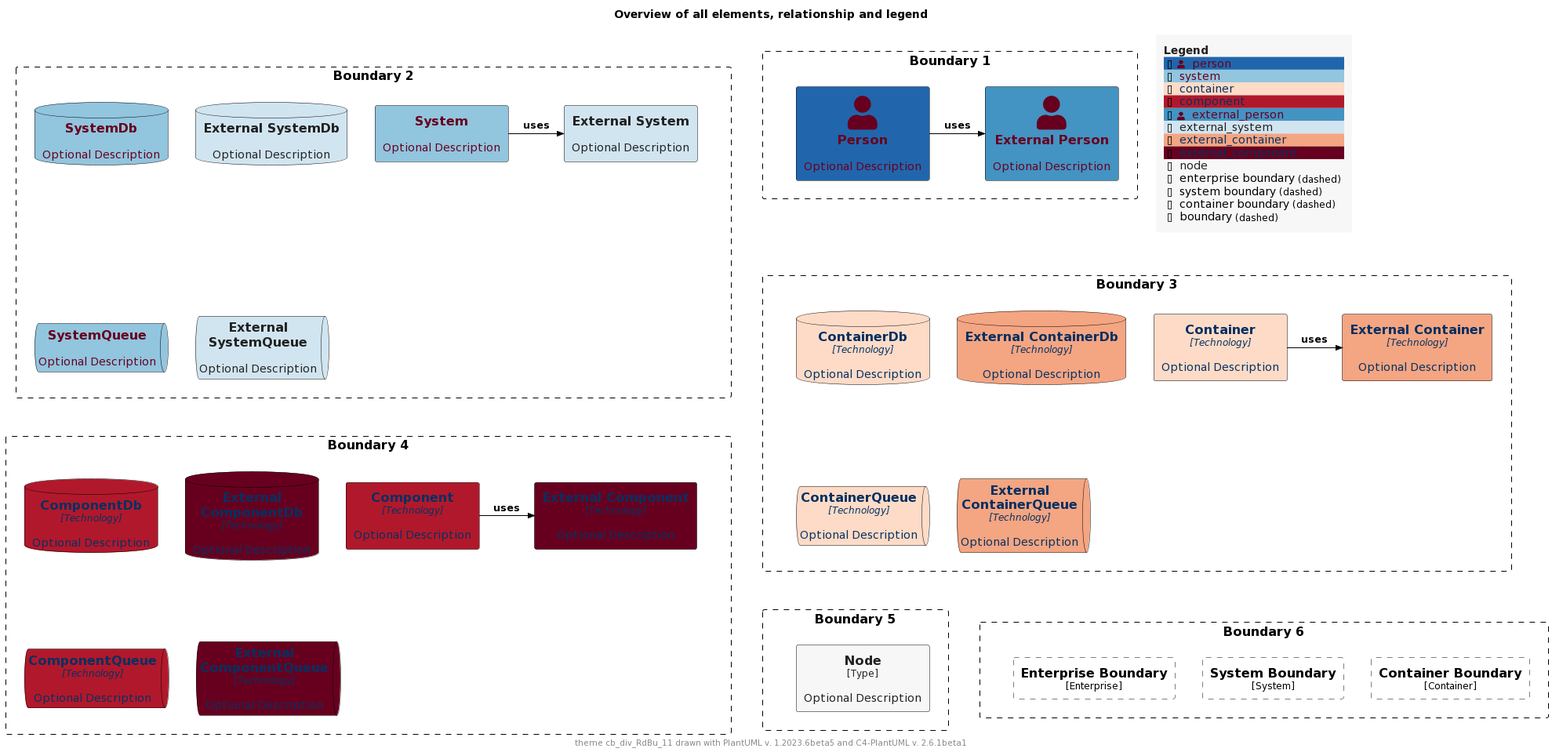
Above: palettes/puml-theme-cb_div_RdBu_11-example.png in mweagle/C4-PlantUML-Themes (PlantUML), before the change.
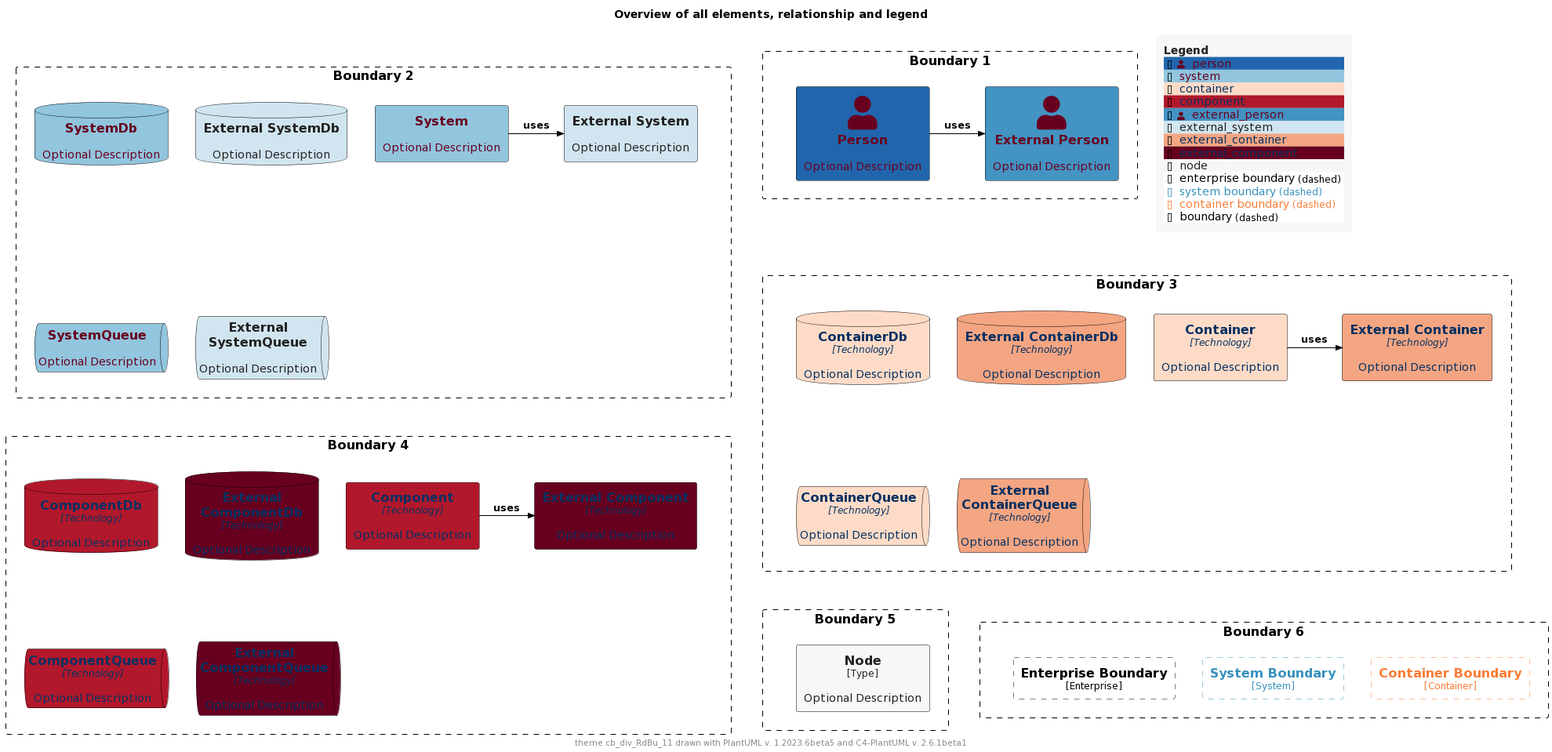
Above is the later version.

The edit, as a diff of the source:
```diff
@@ -1,4 +1,18 @@
 @startuml
+!$COLOR_TEXT_FALLBACK_COLOR ?= "#000000"
+!$COLOR_BORDER_COLOR="#000000"
+
+!$DEFAULT_NORMAL_FONT_SIZE ?= 12
+!$DEFAULT_SMALL_FONT_SIZE ?= 8
+
+!$STEREOTYPE_FONT_SIZE ?= $DEFAULT_NORMAL_FONT_SIZE
+!$TECHN_FONT_SIZE ?= $DEFAULT_NORMAL_FONT_SIZE
+!$ARROW_FONT_SIZE ?= $DEFAULT_NORMAL_FONT_SIZE
+
+!$BOUNDARY_COLOR ?= $COLOR_BORDER_COLOR
+!$BOUNDARY_BG_COLOR ?= "solid"
+!$BOUNDARY_BORDER_STYLE ?= "dashed"
+
 !$THEME = "cb_div_RdBu_11"
 
 !function $textcolor($bgColor)
@@ -26,27 +40,11 @@
 !$COLOR_INDEX_8="#4393C3"
 !$COLOR_INDEX_9="#2166AC"
 !$COLOR_INDEX_10="#053061"
-!$COLOR_BORDER_COLOR="#000000"
 
 !$COLOR_TEXT_LIGHT=$COLOR_INDEX_0
 !$COLOR_TEXT_DARK=$COLOR_INDEX_10
 !$COLOR_TEXT_NEUTRAL=$textcolor($COLOR_INDEX_5)
 !$COLOR_REL_COLOR=$textcolor($COLOR_INDEX_10)
-
-!$COLOR_TEXT_FALLBACK_COLOR ?= "#000000"
-
-!$STEREOTYPE_FONT_SIZE ?= 12
-!$TECHN_FONT_SIZE ?= 12
-
-!$ELEMENT_FONT_COLOR ?= $COLOR_TEXT_FALLBACK_COLOR
-
-!$ARROW_COLOR ?= $COLOR_TEXT_FALLBACK_COLOR
-!$ARROW_FONT_COLOR ?= $COLOR_TEXT_FALLBACK_COLOR
-!$ARROW_FONT_SIZE ?= 12
-
-!$BOUNDARY_COLOR ?= $COLOR_BORDER_COLOR
-!$BOUNDARY_BG_COLOR ?= "transparent"
-!$BOUNDARY_BORDER_STYLE ?= "dashed"
 
 !$PERSON_BG_COLOR ?= $COLOR_INDEX_9
 !$PERSON_FONT_COLOR ?= $textcolor($PERSON_BG_COLOR)
@@ -64,14 +62,6 @@
 !$EXTERNAL_SYSTEM_FONT_COLOR ?= $textcolor($EXTERNAL_SYSTEM_BG_COLOR)
 !$EXTERNAL_SYSTEM_BORDER_COLOR ?= $COLOR_BORDER_COLOR
 
-!$SYSTEM_BOUNDARY_COLOR ?= $BOUNDARY_COLOR
-!$SYSTEM_BOUNDARY_BG_COLOR ?= $BOUNDARY_BG_COLOR
-!$SYSTEM_BOUNDARY_BORDER_STYLE ?= $BOUNDARY_BORDER_STYLE
-
-!$ENTERPRISE_BOUNDARY_COLOR ?= $BOUNDARY_COLOR
-!$ENTERPRISE_BOUNDARY_BG_COLOR ?= $BOUNDARY_BG_COLOR
-!$ENTERPRISE_BOUNDARY_BORDER_STYLE ?= $BOUNDARY_BORDER_STYLE
-
 !$CONTAINER_BG_COLOR ?= $COLOR_INDEX_4
 !$CONTAINER_FONT_COLOR ?= $textcolor($CONTAINER_BG_COLOR)
 !$CONTAINER_BORDER_COLOR ?= $COLOR_BORDER_COLOR
@@ -79,10 +69,6 @@
 !$EXTERNAL_CONTAINER_BG_COLOR ?= $COLOR_INDEX_3
 !$EXTERNAL_CONTAINER_FONT_COLOR ?= $textcolor($EXTERNAL_CONTAINER_BG_COLOR)
 !$EXTERNAL_CONTAINER_BORDER_COLOR ?= $COLOR_BORDER_COLOR
-
-!$CONTAINER_BOUNDARY_COLOR ?= $BOUNDARY_COLOR
-!$CONTAINER_BOUNDARY_BG_COLOR ?= $BOUNDARY_BG_COLOR
-!$CONTAINER_BOUNDARY_BORDER_STYLE ?= $BOUNDARY_BORDER_STYLE
 
 !$COMPONENT_BG_COLOR ?= $COLOR_INDEX_1
 !$COMPONENT_FONT_COLOR ?= $textcolor($COMPONENT_BG_COLOR)
@@ -103,8 +89,28 @@
 !$LEGEND_DARK_COLOR ?= $COLOR_TEXT_DARK
 !$LEGEND_LIGHT_COLOR ?= $COLOR_TEXT_LIGHT
 
-!$LEGEND_DETAILS_SMALL_SIZE ?= 8
-!$LEGEND_DETAILS_NORMAL_SIZE ?= 12
+!$SKETCH_FONT_COLOR ?= $COLOR_INDEX_10
+!$SKETCH_WARNING_COLOR ?= $COLOR_INDEX_0
+
+!$ELEMENT_FONT_COLOR ?= $COLOR_TEXT_FALLBACK_COLOR
+
+!$ARROW_COLOR ?= $COLOR_TEXT_FALLBACK_COLOR
+!$ARROW_FONT_COLOR ?= $COLOR_TEXT_FALLBACK_COLOR
+
+!$SYSTEM_BOUNDARY_COLOR ?= %darken($SYSTEM_BG_COLOR, 33)
+!$SYSTEM_BOUNDARY_BG_COLOR ?= $BOUNDARY_BG_COLOR
+!$SYSTEM_BOUNDARY_BORDER_STYLE ?= $BOUNDARY_BORDER_STYLE
+
+!$ENTERPRISE_BOUNDARY_COLOR ?= $BOUNDARY_COLOR
+!$ENTERPRISE_BOUNDARY_BG_COLOR ?= $BOUNDARY_BG_COLOR
+!$ENTERPRISE_BOUNDARY_BORDER_STYLE ?= $BOUNDARY_BORDER_STYLE
+
+!$CONTAINER_BOUNDARY_COLOR ?= %darken($CONTAINER_BG_COLOR, 33)
+!$CONTAINER_BOUNDARY_BG_COLOR ?= $BOUNDARY_BG_COLOR
+!$CONTAINER_BOUNDARY_BORDER_STYLE ?= $BOUNDARY_BORDER_STYLE
+
+!$LEGEND_DETAILS_SMALL_SIZE ?= $DEFAULT_SMALL_FONT_SIZE
+!$LEGEND_DETAILS_NORMAL_SIZE ?= $DEFAULT_NORMAL_FONT_SIZE
 
 !$LEGEND_SHADOW_TEXT ?= "shadow"
 !$LEGEND_NO_SHADOW_TEXT ?= "no shadow"
@@ -119,20 +125,17 @@
 !$LEGEND_BOLD_LINE ?= "bold"
 !$LEGEND_BOUNDARY ?= "boundary"
 !$LEGEND_DASHED_BOUNDARY ?= "dashed"
-
 !$LEGEND_DASHED_TRANSPARENT_BOUNDARY ?= "dashed"
 
 !$SKETCH_BG_COLOR ?= "transparent"
-!$SKETCH_FONT_COLOR ?= $COLOR_INDEX_10
-!$SKETCH_WARNING_COLOR ?= $COLOR_INDEX_0
-
 !$SKETCH_FONT_NAME ?= "Gochi Hand"
-
 !$SKETCH_FOOTER_WARNING ?= "Warning:"
 !$SKETCH_FOOTER_TEXT ?= "Created for discussion, needs to be validated"
 
 !$ROUNDED_BOX_SIZE ?= 25
 !$EIGHT_SIDED_SIZE ?= 18
+
+
 
 
 !if %variable_exists("RELATIVE_INCLUDE")
```
